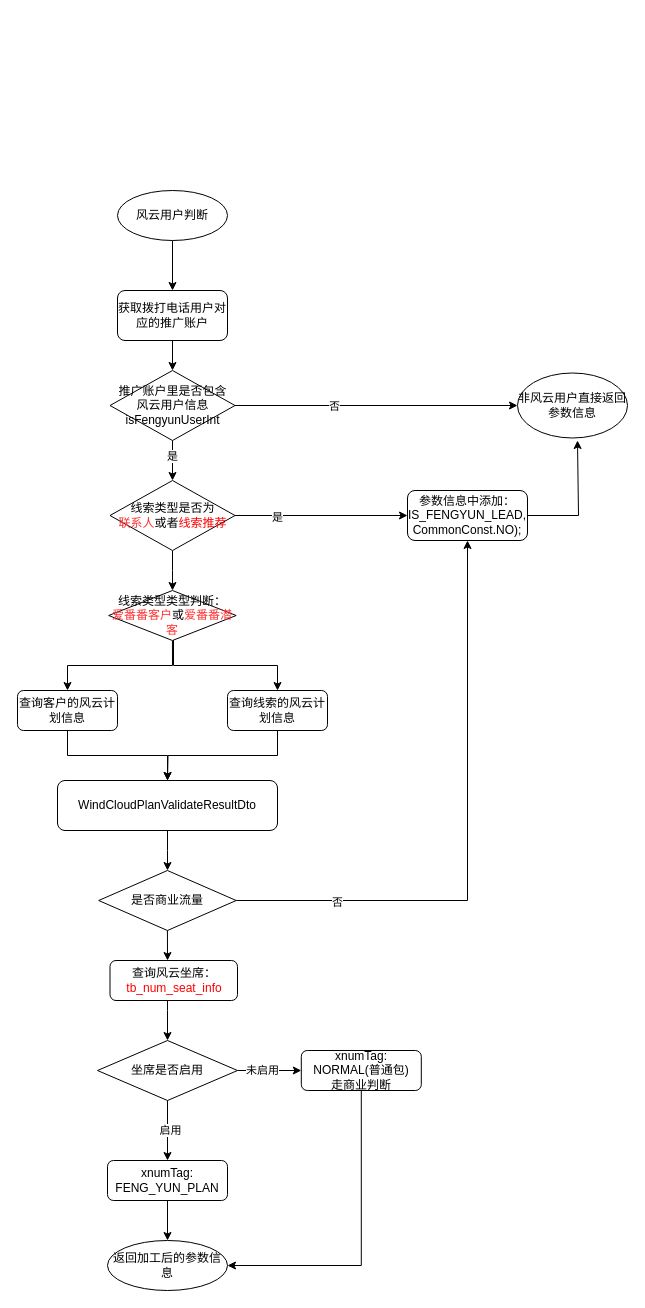
zhaoxiangchun/myMarkdownImg keeps this draw.io diagram as page "免费中间号判断" (1 of 5) of 3汇报.drawio. Above is the earlier version. Source tidied: cells renumbered, new cells numbered last; positions are measured from the earlier drawing's top-left corner, leaving out a move shared by most shapes. Both pictures are drawn from the tidied source at 100%, with x=0, y=0 at pixel (17, 190).
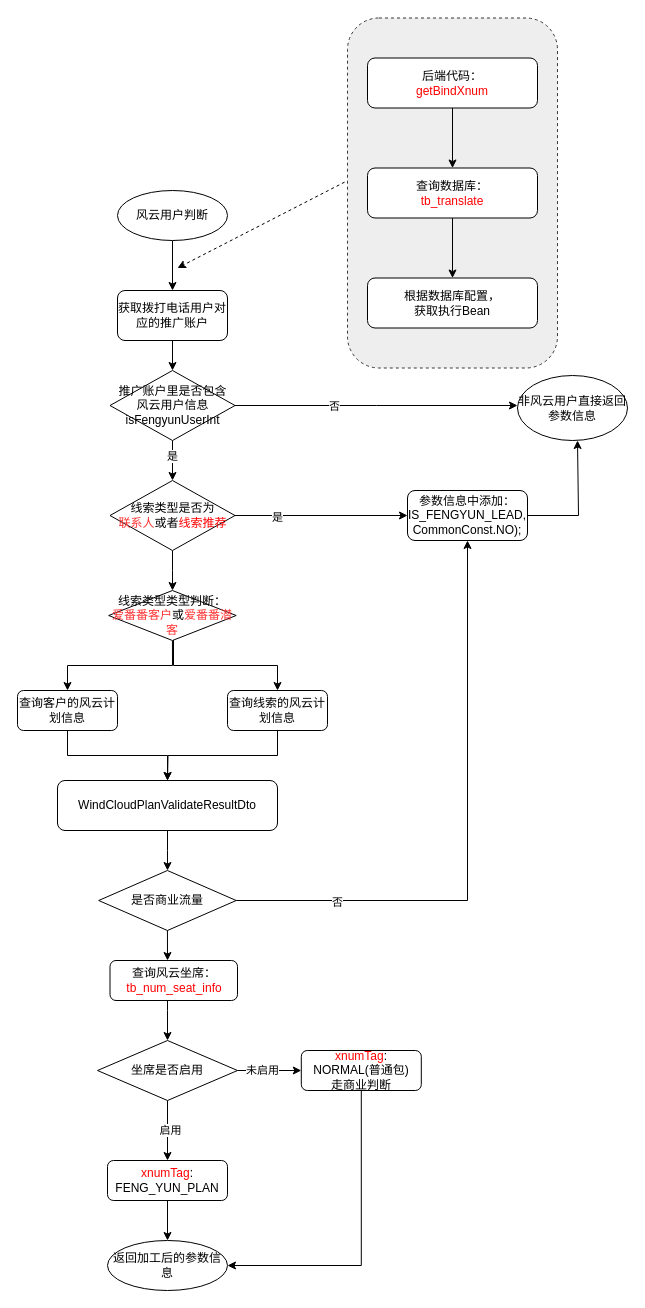
Above is the later version.

The change refers to these unchanged cells:
```xml
<mxCell id="10" value="推广账户里是否包含&lt;br&gt;风云用户信息&lt;br&gt;isFengyunUserInt" style="rhombus;whiteSpace=wrap;html=1;" parent="1" vertex="1">
  <mxGeometry x="92.5" y="180" width="125" height="70" as="geometry" />
</mxCell>
```

Change to the diagram source:
```diff
@@
+    <mxCell id="43" style="rounded=1;whiteSpace=wrap;html=1;dashed=1;fillColor=#eeeeee;strokeColor=#36393d;" parent="1" vertex="1">
+      <mxGeometry x="330" y="-172.5" width="210" height="350" as="geometry" />
+    </mxCell>
@@
-    <mxCell id="6" style="edgeStyle=orthogonalEdgeStyle;rounded=0;jettySize=auto;html=1;" parent="1" edge="1" source="10" target="11">
-      <mxGeometry relative="1" as="geometry" />
+    <mxCell id="6" style="edgeStyle=orthogonalEdgeStyle;rounded=0;jettySize=auto;html=1;" parent="1" edge="1" source="10">
+      <mxGeometry relative="1" as="geometry">
+        <mxPoint x="500" y="215" as="targetPoint" />
+      </mxGeometry>
     </mxCell>
@@
     <mxCell id="11" value="非风云用户直接返回&lt;br&gt;参数信息" style="ellipse;whiteSpace=wrap;html=1;" parent="1" vertex="1">
-      <mxGeometry x="500" y="182.5" width="110" height="65" as="geometry" />
+      <mxGeometry x="500" y="185" width="110" height="65" as="geometry" />
     </mxCell>
@@
-    <mxCell id="38" value="xnumTag: FENG_YUN_PLAN" style="rounded=1;whiteSpace=wrap;html=1;" parent="1" vertex="1">
+    <mxCell id="38" value="&lt;font color=&quot;#ff0000&quot;&gt;xnumTag&lt;/font&gt;: FENG_YUN_PLAN" style="rounded=1;whiteSpace=wrap;html=1;" parent="1" vertex="1">
       <mxGeometry x="90" y="970" width="120" height="40" as="geometry" />
     </mxCell>
@@
-    <mxCell id="40" value="xnumTag:&lt;br&gt;NORMAL(普通包)&lt;br&gt;走商业判断" style="rounded=1;whiteSpace=wrap;html=1;" parent="1" vertex="1">
+    <mxCell id="40" value="&lt;font color=&quot;#ff0000&quot;&gt;xnumTag&lt;/font&gt;:&lt;br&gt;NORMAL(普通包)&lt;br&gt;走商业判断" style="rounded=1;whiteSpace=wrap;html=1;" parent="1" vertex="1">
       <mxGeometry x="283.8" y="860" width="120" height="40" as="geometry" />
     </mxCell>
@@
+    <mxCell id="44" style="edgeStyle=orthogonalEdgeStyle;rounded=0;jettySize=auto;html=1;" parent="1" edge="1" source="45" target="47">
+      <mxGeometry relative="1" as="geometry" />
+    </mxCell>
+    <mxCell id="45" value="后端代码：&lt;br&gt;&lt;font color=&quot;#ff0000&quot;&gt;getBindXnum&lt;/font&gt;" style="rounded=1;whiteSpace=wrap;html=1;" parent="1" vertex="1">
+      <mxGeometry x="350" y="-132.5" width="170" height="50" as="geometry" />
+    </mxCell>
+    <mxCell id="46" style="edgeStyle=orthogonalEdgeStyle;rounded=0;jettySize=auto;html=1;exitX=0.5;exitY=1;exitDx=0;exitDy=0;entryX=0.5;entryY=0;entryDx=0;entryDy=0;" parent="1" edge="1" source="47" target="48">
+      <mxGeometry relative="1" as="geometry" />
+    </mxCell>
+    <mxCell id="47" value="查询数据库：&lt;br&gt;&lt;font color=&quot;#ff0000&quot;&gt;tb_translate&lt;/font&gt;" style="whiteSpace=wrap;html=1;rounded=1;" parent="1" vertex="1">
+      <mxGeometry x="350" y="-22.5" width="170" height="50" as="geometry" />
+    </mxCell>
+    <mxCell id="48" value="根据数据库配置，&lt;br&gt;获取执行Bean" style="whiteSpace=wrap;html=1;rounded=1;" parent="1" vertex="1">
+      <mxGeometry x="350" y="87.5" width="170" height="50" as="geometry" />
+    </mxCell>
+    <mxCell id="49" style="endArrow=classic;html=1;rounded=0;exitX=-0.014;exitY=0.469;exitDx=0;exitDy=0;exitPerimeter=0;dashed=1;" parent="1" edge="1" source="43">
+      <mxGeometry relative="1" as="geometry">
+        <mxPoint x="160" y="77.5" as="targetPoint" />
+      </mxGeometry>
+    </mxCell>
```
